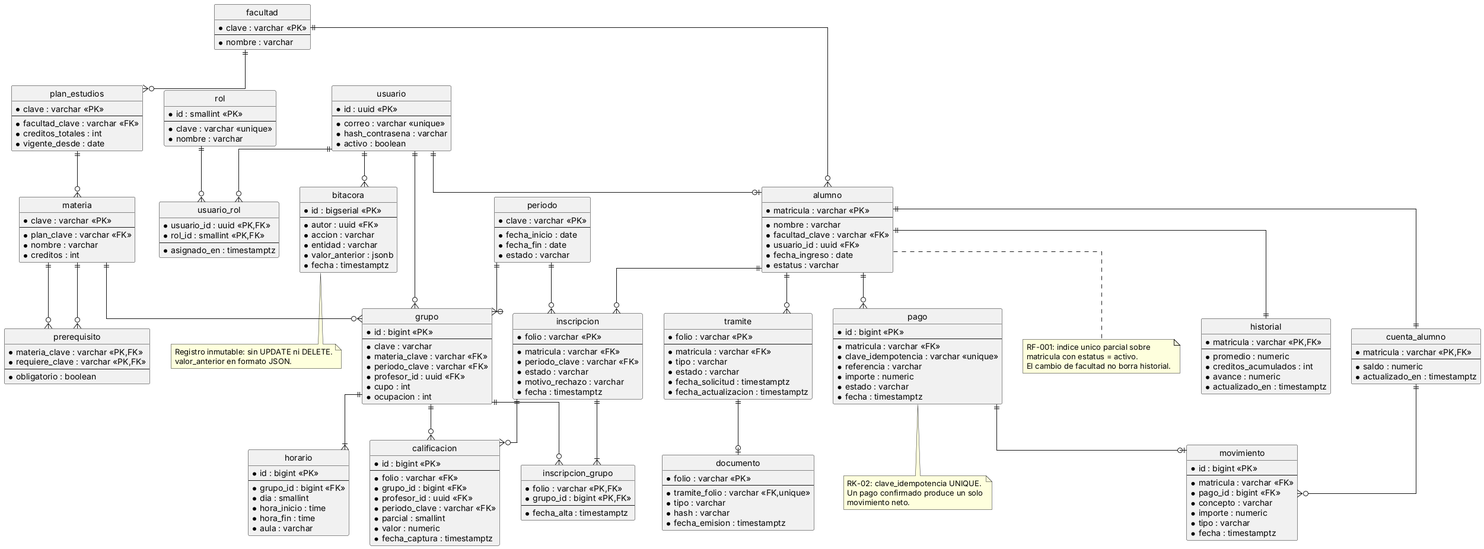
This is docs/arquitectura/render/fig08-entidad-relacion.png from fjmp-dev/sce-control-escolar, a PlantUML export, as it was before one commit.
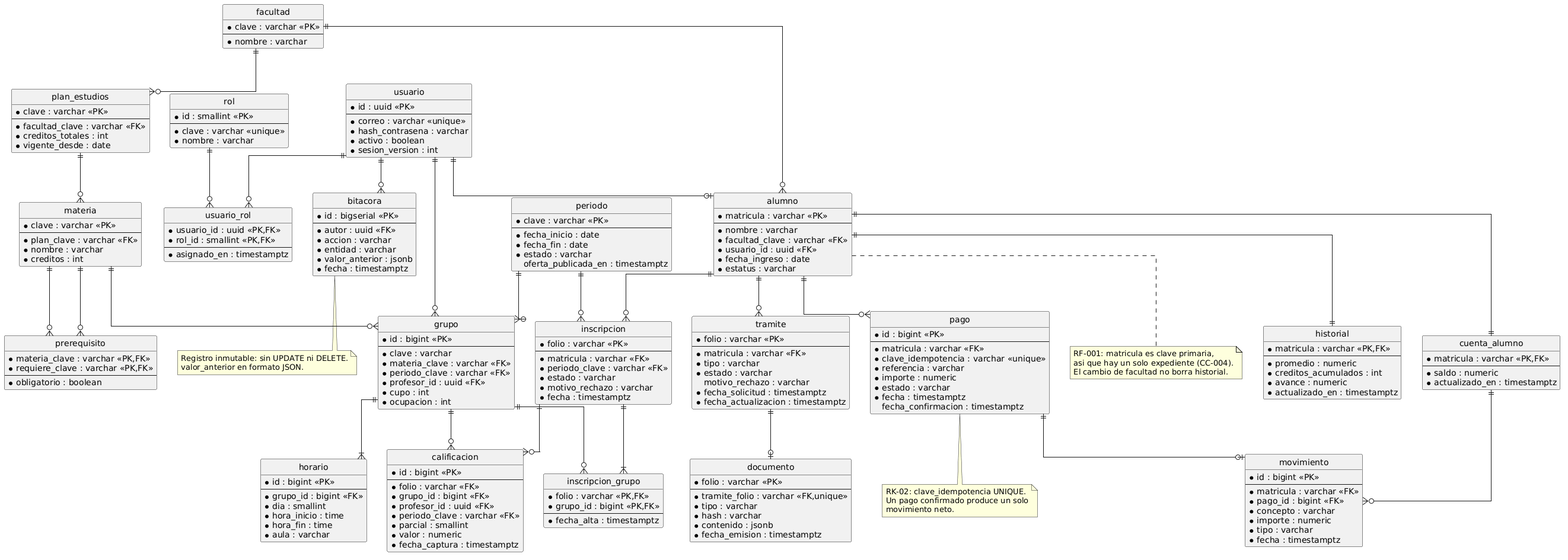
The same file after the commit.

Diff of the diagram source:
```diff
@@ -9,6 +9,7 @@
   * correo : varchar <<unique>>
   * hash_contrasena : varchar
   * activo : boolean
+  * sesion_version : int
 }
 
 entity "rol" as rol {
@@ -70,6 +71,7 @@
   * fecha_inicio : date
   * fecha_fin : date
   * estado : varchar
+  oferta_publicada_en : timestamptz
 }
 
 entity "grupo" as grupo {
@@ -158,6 +160,7 @@
   * importe : numeric
   * estado : varchar
   * fecha : timestamptz
+  fecha_confirmacion : timestamptz
 }
 
 entity "tramite" as tramite {
@@ -166,6 +169,7 @@
   * matricula : varchar <<FK>>
   * tipo : varchar
   * estado : varchar
+  motivo_rechazo : varchar
   * fecha_solicitud : timestamptz
   * fecha_actualizacion : timestamptz
 }
@@ -176,6 +180,7 @@
   * tramite_folio : varchar <<FK,unique>>
   * tipo : varchar
   * hash : varchar
+  * contenido : jsonb
   * fecha_emision : timestamptz
 }
 
@@ -217,8 +222,8 @@
 usuario ||--o{ bitacora
 
 note bottom of alumno
-  RF-001: indice unico parcial sobre
-  matricula con estatus = activo.
+  RF-001: matricula es clave primaria,
+  asi que hay un solo expediente (CC-004).
   El cambio de facultad no borra historial.
 end note
 
```
